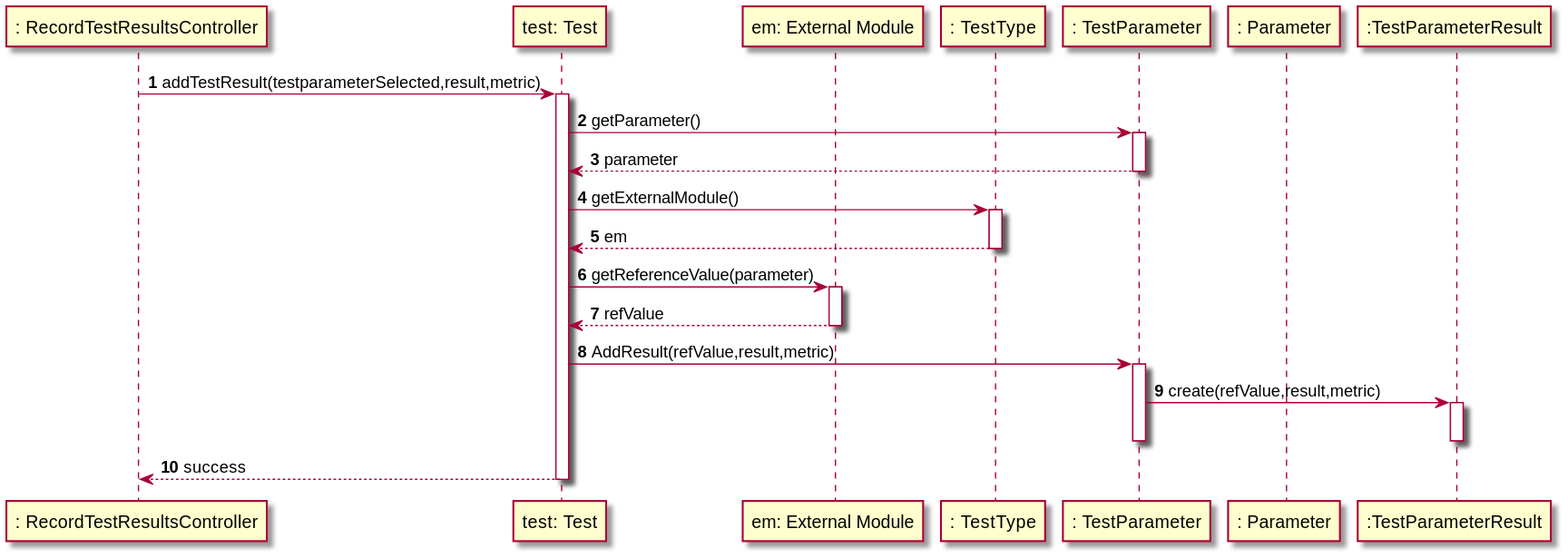
Earlier version of the PlantUML export docs/SprintD/SprintC/US12/SD_AddResult.svg (manu-07-ela/LAPR2_ISEP). Source of this version:
```plantuml
@startuml

autonumber

participant ": RecordTestResultsController" as CTRL
participant "test: Test" as Test
participant "em: External Module" as EM
participant ": TestType" as TT
participant ": TestParameter" as TestParam
participant ": Parameter" as Param
participant ":TestParameterResult" as TestPResult



CTRL -> Test : addTestResult(testparameterSelected,result,metric)
activate Test
Test -> TestParam : getParameter()
activate TestParam
TestParam --> Test : parameter
deactivate TestParam
Test -> TT : getExternalModule()
activate TT
TT--> Test : em
deactivate TT
Test -> EM : getReferenceValue(parameter)
activate EM
EM --> Test : refValue
deactivate EM
Test -> TestParam :AddResult(refValue,result,metric)
activate TestParam
TestParam -> TestPResult : create(refValue,result,metric)
activate TestPResult
deactivate TestPResult
deactivate TestParam

Test --> CTRL : success
deactivate Test





@enduml
```
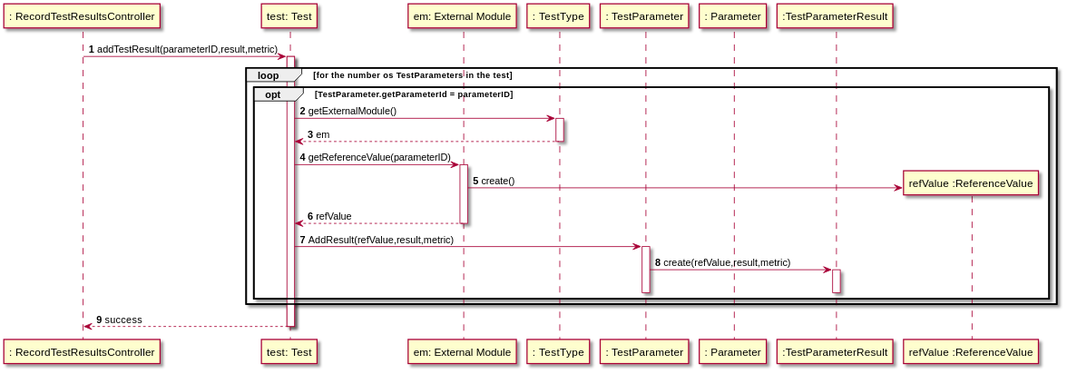
After the change.

Change to the diagram source:
```diff
@@ -9,21 +9,21 @@
 participant ": TestParameter" as TestParam
 participant ": Parameter" as Param
 participant ":TestParameterResult" as TestPResult
+participant "refValue :ReferenceValue" as Ref
 
 
 
-CTRL -> Test : addTestResult(testparameterSelected,result,metric)
+CTRL -> Test : addTestResult(parameterID,result,metric)
 activate Test
-Test -> TestParam : getParameter()
-activate TestParam
-TestParam --> Test : parameter
-deactivate TestParam
+loop for the number os TestParameters in the test
+opt TestParameter.getParameterId = parameterID
 Test -> TT : getExternalModule()
 activate TT
 TT--> Test : em
 deactivate TT
-Test -> EM : getReferenceValue(parameter)
+Test -> EM : getReferenceValue(parameterID)
 activate EM
+EM -> Ref** : create()
 EM --> Test : refValue
 deactivate EM
 Test -> TestParam :AddResult(refValue,result,metric)
@@ -32,6 +32,8 @@
 activate TestPResult
 deactivate TestPResult
 deactivate TestParam
+end
+end
 
 Test --> CTRL : success
 deactivate Test
```
